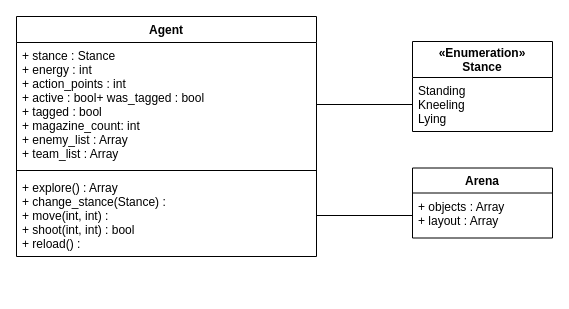
Above: page "class_diag" (3 of 3) of Documentation/game_world_2st_draft.drawio in MARS-Group-HAW/model-mars-laser-tag-game (draw.io), before the change. Source tidied: cells renumbered, new cells numbered last; positions are measured from the earlier drawing's top-left corner, leaving out a move shared by most shapes. Both pictures are drawn from the tidied source at 100%, with x=0, y=0 at pixel (16, 16).
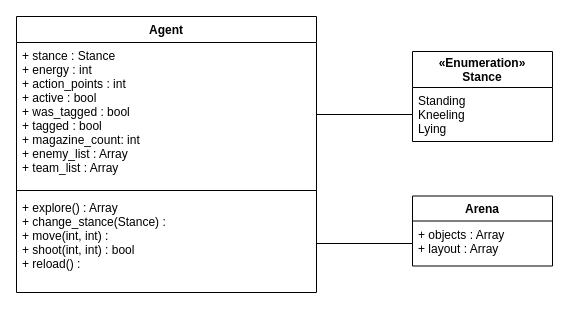
The same page after the edit.

What changed in the source:
```diff
@@
 <mxGraphModel>
   <root>
     <mxCell id="0" />
     <mxCell id="1" parent="0" />
     <mxCell id="2" value="Agent" style="swimlane;fontStyle=1;align=center;verticalAlign=top;horizontal=1;startSize=26;" parent="1" vertex="1">
-      <mxGeometry width="300" height="240" as="geometry" />
+      <mxGeometry width="300" height="276" as="geometry" />
     </mxCell>
-    <mxCell id="3" value="+ stance : Stance&#10;+ energy : int&#10;+ action_points : int&#10;+ active : bool+ was_tagged : bool&#10;+ tagged : bool&#10;+ magazine_count: int&#10;+ enemy_list : Array&#10;+ team_list : Array&#10;" style="text;strokeColor=none;fillColor=none;align=left;verticalAlign=top;spacingLeft=4;spacingRight=4;overflow=hidden;points=[[0,0.5],[1,0.5]];portConstraint=eastwest;" parent="2" vertex="1">
-      <mxGeometry y="26" width="300" height="124" as="geometry" />
+    <mxCell id="3" value="+ stance : Stance&#10;+ energy : int&#10;+ action_points : int&#10;+ active : bool&#10;+ was_tagged : bool&#10;+ tagged : bool&#10;+ magazine_count: int&#10;+ enemy_list : Array&#10;+ team_list : Array&#10;" style="text;strokeColor=none;fillColor=none;align=left;verticalAlign=top;spacingLeft=4;spacingRight=4;overflow=hidden;points=[[0,0.5],[1,0.5]];portConstraint=eastwest;" parent="2" vertex="1">
+      <mxGeometry y="26" width="300" height="144" as="geometry" />
     </mxCell>
     <mxCell id="4" style="line;strokeWidth=1;fillColor=none;align=left;verticalAlign=middle;spacingTop=-1;spacingLeft=3;spacingRight=3;labelPosition=right;" parent="2" vertex="1">
-      <mxGeometry y="150" width="300" height="8" as="geometry" />
+      <mxGeometry y="170" width="300" height="8" as="geometry" />
     </mxCell>
-    <mxCell id="5" value="+ explore() : Array&#10;+ change_stance(Stance) : &#10;+ move(int, int) : &#10;+ shoot(int, int) : bool&#10;+ reload() : &#10;" style="text;strokeColor=none;fillColor=none;align=left;verticalAlign=top;spacingLeft=4;spacingRight=4;overflow=hidden;points=[[0,0.5],[1,0.5]];portConstraint=eastwest;" parent="2" vertex="1">
-      <mxGeometry y="158" width="300" height="82" as="geometry" />
+    <mxCell id="5" value="+ explore() : Array&#10;+ change_stance(Stance) : &#10;+ move(int, int) : &#10;+ shoot(int, int) : bool&#10;+ reload() : " style="text;strokeColor=none;fillColor=none;align=left;verticalAlign=top;spacingLeft=4;spacingRight=4;overflow=hidden;points=[[0,0.5],[1,0.5]];portConstraint=eastwest;" parent="2" vertex="1">
+      <mxGeometry y="178" width="300" height="98" as="geometry" />
     </mxCell>
     <mxCell id="6" style="edgeStyle=orthogonalEdgeStyle;rounded=0;jettySize=auto;html=1;entryX=1;entryY=0.5;entryDx=0;entryDy=0;endArrow=none;endFill=0;exitX=0;exitY=0.5;exitDx=0;exitDy=0;" parent="1" edge="1" source="8" target="3">
       <mxGeometry relative="1" as="geometry" />
     </mxCell>
-    <mxCell id="7" value="«Enumeration»&#10;Stance" style="swimlane;fontStyle=1;horizontal=1;startSize=36;fillColor=none;" parent="1" vertex="1">
-      <mxGeometry x="396" y="25" width="140" height="90" as="geometry" />
-    </mxCell>
-    <mxCell id="8" value="Standing&#10;Kneeling&#10;Lying&#10;" style="text;strokeColor=none;fillColor=none;align=left;verticalAlign=top;spacingLeft=4;spacingRight=4;overflow=hidden;points=[[0,0.5],[1,0.5]];portConstraint=eastwest;" parent="7" vertex="1">
-      <mxGeometry y="36" width="140" height="54" as="geometry" />
-    </mxCell>
     <mxCell id="9" style="edgeStyle=orthogonalEdgeStyle;rounded=0;jettySize=auto;html=1;entryX=1;entryY=0.5;entryDx=0;entryDy=0;endArrow=none;endFill=0;exitX=0;exitY=0.5;exitDx=0;exitDy=0;" parent="1" edge="1" source="11" target="5">
       <mxGeometry relative="1" as="geometry" />
     </mxCell>
     <mxCell id="10" value="Arena" style="swimlane;fontStyle=1;horizontal=1;startSize=25;fillColor=none;" parent="1" vertex="1">
-      <mxGeometry x="396" y="151.5" width="140" height="70" as="geometry" />
+      <mxGeometry x="396" y="179.5" width="140" height="70" as="geometry" />
     </mxCell>
     <mxCell id="11" value="+ objects : Array&#10;+ layout : Array&#10;&#10;&#10;" style="text;strokeColor=none;fillColor=none;align=left;verticalAlign=top;spacingLeft=4;spacingRight=4;overflow=hidden;points=[[0,0.5],[1,0.5]];portConstraint=eastwest;" parent="10" vertex="1">
       <mxGeometry y="25" width="140" height="45" as="geometry" />
     </mxCell>
+    <mxCell id="7" value="«Enumeration»&#10;Stance" style="swimlane;fontStyle=1;horizontal=1;startSize=36;fillColor=none;" parent="1" vertex="1">
+      <mxGeometry x="396" y="35" width="140" height="90" as="geometry" />
+    </mxCell>
+    <mxCell id="8" value="Standing&#10;Kneeling&#10;Lying&#10;" style="text;strokeColor=none;fillColor=none;align=left;verticalAlign=top;spacingLeft=4;spacingRight=4;overflow=hidden;points=[[0,0.5],[1,0.5]];portConstraint=eastwest;" parent="7" vertex="1">
+      <mxGeometry y="36" width="140" height="54" as="geometry" />
+    </mxCell>
   </root>
 </mxGraphModel>
```
